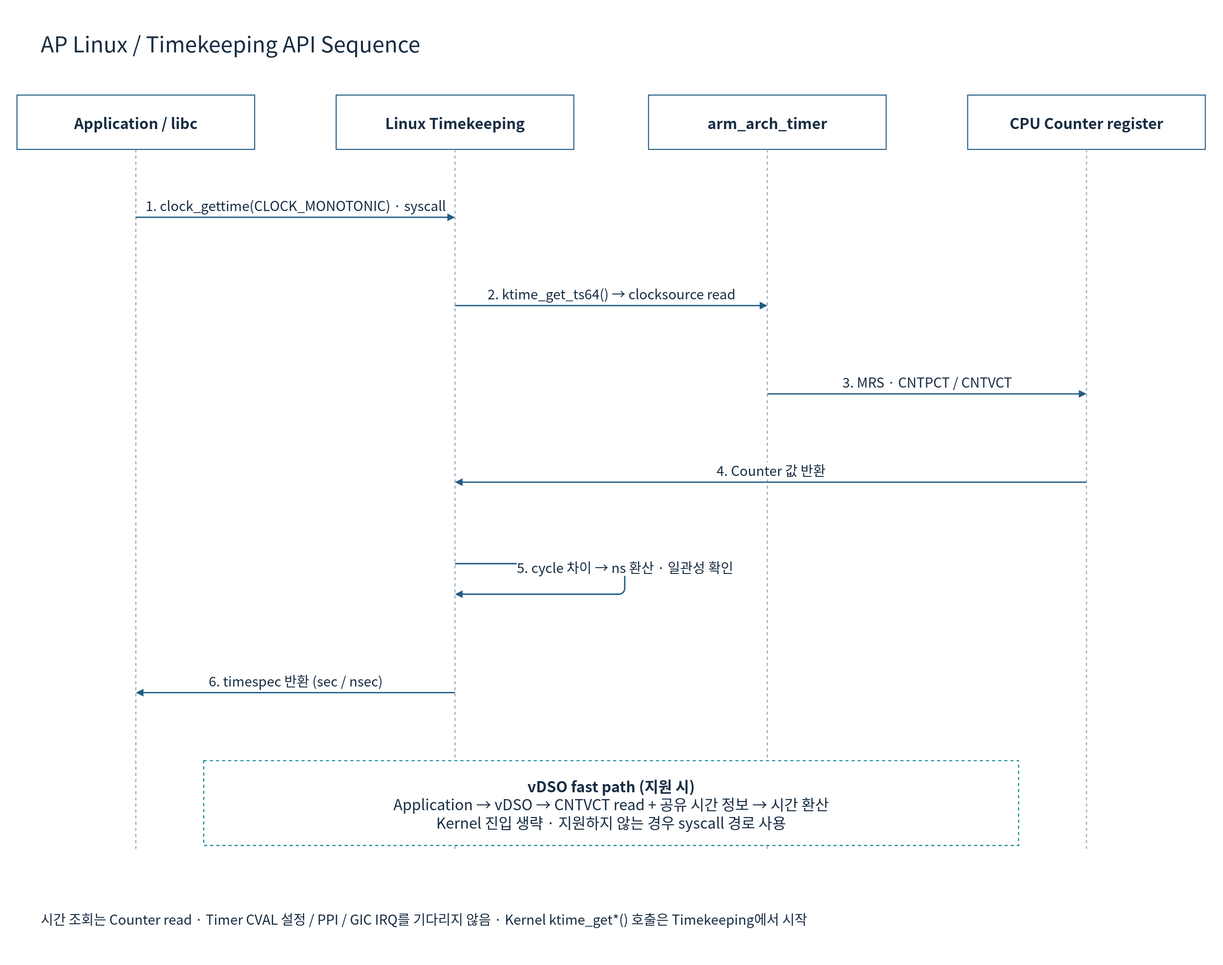
The draw.io diagram doc/phase1/timer/diagrams/08b-linux-timekeeping.drawio.svg in cometzero/project-apollo, before a commit. Source tidied: cells renumbered, new cells last; positions are measured from the earlier drawing's top-left corner, leaving out a move shared by most shapes. Source of this version:
```xml
<mxGraphModel background="#FFFFFF">
  <root>
    <mxCell id="0" />
    <mxCell id="1" parent="0" />
    <mxCell id="2" style="rounded=0;whiteSpace=wrap;html=1;fillColor=#FFFFFF;strokeColor=none;strokeWidth=1.5;fontColor=#172C43;fontFamily=Noto Sans CJK KR;fontSize=22;spacing=10;" parent="1" vertex="1">
      <mxGeometry width="1800" height="1420" as="geometry" />
    </mxCell>
    <mxCell id="3" value="AP Linux / Timekeeping API Sequence" style="rounded=0;whiteSpace=wrap;html=1;fillColor=#FFFFFF;strokeColor=none;strokeWidth=1.5;fontColor=#172C43;fontFamily=Noto Sans CJK KR;fontSize=22;spacing=10;fontSize=32;align=left;" parent="1" vertex="1">
      <mxGeometry x="50" y="30" width="1700" height="65" as="geometry" />
    </mxCell>
    <mxCell id="4" value="Application / libc" style="rounded=0;whiteSpace=wrap;html=1;fillColor=#FFFFFF;strokeColor=#235D86;strokeWidth=1.5;fontColor=#172C43;fontFamily=Noto Sans CJK KR;fontSize=22;spacing=10;fontStyle=1;" parent="1" vertex="1">
      <mxGeometry x="25" y="140" width="350" height="80" as="geometry" />
    </mxCell>
    <mxCell id="5" style="endArrow=none;dashed=1;strokeColor=#94A3B8;strokeWidth=1.5;" parent="1" edge="1">
      <mxGeometry relative="1" as="geometry">
        <mxPoint x="200" y="220" as="sourcePoint" />
        <mxPoint x="200" y="1250" as="targetPoint" />
      </mxGeometry>
    </mxCell>
    <mxCell id="6" value="Linux Timekeeping" style="rounded=0;whiteSpace=wrap;html=1;fillColor=#FFFFFF;strokeColor=#235D86;strokeWidth=1.5;fontColor=#172C43;fontFamily=Noto Sans CJK KR;fontSize=22;spacing=10;fontStyle=1;" parent="1" vertex="1">
      <mxGeometry x="495" y="140" width="350" height="80" as="geometry" />
    </mxCell>
    <mxCell id="7" style="endArrow=none;dashed=1;strokeColor=#94A3B8;strokeWidth=1.5;" parent="1" edge="1">
      <mxGeometry relative="1" as="geometry">
        <mxPoint x="670" y="220" as="sourcePoint" />
        <mxPoint x="670" y="1250" as="targetPoint" />
      </mxGeometry>
    </mxCell>
    <mxCell id="8" value="arm_arch_timer" style="rounded=0;whiteSpace=wrap;html=1;fillColor=#FFFFFF;strokeColor=#235D86;strokeWidth=1.5;fontColor=#172C43;fontFamily=Noto Sans CJK KR;fontSize=22;spacing=10;fontStyle=1;" parent="1" vertex="1">
      <mxGeometry x="955" y="140" width="350" height="80" as="geometry" />
    </mxCell>
    <mxCell id="9" style="endArrow=none;dashed=1;strokeColor=#94A3B8;strokeWidth=1.5;" parent="1" edge="1">
      <mxGeometry relative="1" as="geometry">
        <mxPoint x="1130" y="220" as="sourcePoint" />
        <mxPoint x="1130" y="1250" as="targetPoint" />
      </mxGeometry>
    </mxCell>
    <mxCell id="10" value="CPU Counter register" style="rounded=0;whiteSpace=wrap;html=1;fillColor=#FFFFFF;strokeColor=#235D86;strokeWidth=1.5;fontColor=#172C43;fontFamily=Noto Sans CJK KR;fontSize=22;spacing=10;fontStyle=1;" parent="1" vertex="1">
      <mxGeometry x="1425" y="140" width="350" height="80" as="geometry" />
    </mxCell>
    <mxCell id="11" style="endArrow=none;dashed=1;strokeColor=#94A3B8;strokeWidth=1.5;" parent="1" edge="1">
      <mxGeometry relative="1" as="geometry">
        <mxPoint x="1600" y="220" as="sourcePoint" />
        <mxPoint x="1600" y="1250" as="targetPoint" />
      </mxGeometry>
    </mxCell>
    <mxCell id="12" value="1. clock_gettime(CLOCK_MONOTONIC) · syscall" style="edgeStyle=none;html=1;endArrow=block;endFill=1;strokeColor=#235D86;strokeWidth=2;fontColor=#172C43;fontFamily=Noto Sans CJK KR;fontSize=20;labelBackgroundColor=#FFFFFF;" parent="1" edge="1">
      <mxGeometry relative="1" as="geometry">
        <mxPoint x="200" y="320" as="sourcePoint" />
        <mxPoint x="670" y="320" as="targetPoint" />
        <mxPoint y="-18" as="offset" />
      </mxGeometry>
    </mxCell>
    <mxCell id="13" value="2. ktime_get_ts64() → clocksource read" style="edgeStyle=none;html=1;endArrow=block;endFill=1;strokeColor=#235D86;strokeWidth=2;fontColor=#172C43;fontFamily=Noto Sans CJK KR;fontSize=20;labelBackgroundColor=#FFFFFF;" parent="1" edge="1">
      <mxGeometry relative="1" as="geometry">
        <mxPoint x="670" y="450" as="sourcePoint" />
        <mxPoint x="1130" y="450" as="targetPoint" />
        <mxPoint y="-18" as="offset" />
      </mxGeometry>
    </mxCell>
    <mxCell id="14" value="3. MRS · CNTPCT / CNTVCT" style="edgeStyle=none;html=1;endArrow=block;endFill=1;strokeColor=#235D86;strokeWidth=2;fontColor=#172C43;fontFamily=Noto Sans CJK KR;fontSize=20;labelBackgroundColor=#FFFFFF;" parent="1" edge="1">
      <mxGeometry relative="1" as="geometry">
        <mxPoint x="1130" y="580" as="sourcePoint" />
        <mxPoint x="1600" y="580" as="targetPoint" />
        <mxPoint y="-18" as="offset" />
      </mxGeometry>
    </mxCell>
    <mxCell id="15" value="4. Counter 값 반환" style="edgeStyle=none;html=1;endArrow=block;endFill=1;strokeColor=#235D86;strokeWidth=2;fontColor=#172C43;fontFamily=Noto Sans CJK KR;fontSize=20;labelBackgroundColor=#FFFFFF;" parent="1" edge="1">
      <mxGeometry relative="1" as="geometry">
        <mxPoint x="1600" y="710" as="sourcePoint" />
        <mxPoint x="670" y="710" as="targetPoint" />
        <mxPoint y="-18" as="offset" />
      </mxGeometry>
    </mxCell>
    <mxCell id="16" value="5. cycle 차이 → ns 환산 · 일관성 확인" style="edgeStyle=none;html=1;endArrow=block;endFill=1;strokeColor=#235D86;strokeWidth=2;fontColor=#172C43;fontFamily=Noto Sans CJK KR;fontSize=20;labelBackgroundColor=#FFFFFF;" parent="1" edge="1">
      <mxGeometry relative="1" as="geometry">
        <mxPoint x="670" y="830" as="sourcePoint" />
        <mxPoint x="670" y="875" as="targetPoint" />
        <Array as="points">
          <mxPoint x="920" y="830" />
          <mxPoint x="920" y="875" />
        </Array>
        <mxPoint y="-18" as="offset" />
      </mxGeometry>
    </mxCell>
    <mxCell id="17" value="6. timespec 반환 (sec / nsec)" style="edgeStyle=none;html=1;endArrow=block;endFill=1;strokeColor=#235D86;strokeWidth=2;fontColor=#172C43;fontFamily=Noto Sans CJK KR;fontSize=20;labelBackgroundColor=#FFFFFF;" parent="1" edge="1">
      <mxGeometry relative="1" as="geometry">
        <mxPoint x="670" y="1020" as="sourcePoint" />
        <mxPoint x="200" y="1020" as="targetPoint" />
        <mxPoint y="-18" as="offset" />
      </mxGeometry>
    </mxCell>
    <mxCell id="18" value="&lt;b&gt;vDSO fast path (지원 시)&lt;/b&gt;&lt;br&gt;Application → vDSO → CNTVCT read + 공유 시간 정보 → 시간 환산&lt;br&gt;Kernel 진입 생략 · 지원하지 않는 경우 syscall 경로 사용" style="rounded=0;whiteSpace=wrap;html=1;fillColor=#FFFFFF;strokeColor=#00838A;strokeWidth=1.5;fontColor=#172C43;fontFamily=Noto Sans CJK KR;fontSize=22;spacing=10;dashed=1;" parent="1" vertex="1">
      <mxGeometry x="300" y="1120" width="1200" height="125" as="geometry" />
    </mxCell>
    <mxCell id="19" value="시간 조회는 Counter read · Timer CVAL 설정 / PPI / GIC IRQ를 기다리지 않음 · Kernel ktime_get*() 호출은 Timekeeping에서 시작" style="rounded=0;whiteSpace=wrap;html=1;fillColor=#FFFFFF;strokeColor=none;strokeWidth=1.5;fontColor=#172C43;fontFamily=Noto Sans CJK KR;fontSize=22;spacing=10;fontSize=20;align=left;" parent="1" vertex="1">
      <mxGeometry x="50" y="1320" width="1700" height="65" as="geometry" />
    </mxCell>
  </root>
</mxGraphModel>
```
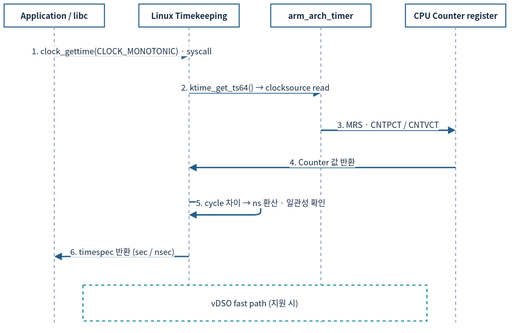
The same diagram one commit later.

Diff of the diagram source:
```diff
@@ -2,99 +2,90 @@
   <root>
     <mxCell id="0" />
     <mxCell id="1" parent="0" />
-    <mxCell id="2" style="rounded=0;whiteSpace=wrap;html=1;fillColor=#FFFFFF;strokeColor=none;strokeWidth=1.5;fontColor=#172C43;fontFamily=Noto Sans CJK KR;fontSize=22;spacing=10;" parent="1" vertex="1">
-      <mxGeometry width="1800" height="1420" as="geometry" />
-    </mxCell>
-    <mxCell id="3" value="AP Linux / Timekeeping API Sequence" style="rounded=0;whiteSpace=wrap;html=1;fillColor=#FFFFFF;strokeColor=none;strokeWidth=1.5;fontColor=#172C43;fontFamily=Noto Sans CJK KR;fontSize=22;spacing=10;fontSize=32;align=left;" parent="1" vertex="1">
-      <mxGeometry x="50" y="30" width="1700" height="65" as="geometry" />
-    </mxCell>
-    <mxCell id="4" value="Application / libc" style="rounded=0;whiteSpace=wrap;html=1;fillColor=#FFFFFF;strokeColor=#235D86;strokeWidth=1.5;fontColor=#172C43;fontFamily=Noto Sans CJK KR;fontSize=22;spacing=10;fontStyle=1;" parent="1" vertex="1">
-      <mxGeometry x="25" y="140" width="350" height="80" as="geometry" />
+    <mxCell id="4" value="Application / libc" style="rounded=0;whiteSpace=wrap;html=1;fillColor=#FFFFFF;strokeColor=#235D86;strokeWidth=1.5;fontColor=#172C43;fontFamily=Noto Sans CJK KR;fontStyle=1;fontSize=12;spacing=3;whiteSpace=wrap;" parent="1" vertex="1">
+      <mxGeometry x="12" y="12" width="148" height="33.8" as="geometry" />
     </mxCell>
-    <mxCell id="5" style="endArrow=none;dashed=1;strokeColor=#94A3B8;strokeWidth=1.5;" parent="1" edge="1">
+    <mxCell id="5" style="endArrow=none;dashed=1;strokeColor=#94A3B8;strokeWidth=1.5;fontSize=12;spacing=3;whiteSpace=nowrap;" parent="1" edge="1">
       <mxGeometry relative="1" as="geometry">
-        <mxPoint x="200" y="220" as="sourcePoint" />
-        <mxPoint x="200" y="1250" as="targetPoint" />
+        <mxPoint x="86" y="45.8" as="sourcePoint" />
+        <mxPoint x="86" y="481.4" as="targetPoint" />
       </mxGeometry>
     </mxCell>
-    <mxCell id="6" value="Linux Timekeeping" style="rounded=0;whiteSpace=wrap;html=1;fillColor=#FFFFFF;strokeColor=#235D86;strokeWidth=1.5;fontColor=#172C43;fontFamily=Noto Sans CJK KR;fontSize=22;spacing=10;fontStyle=1;" parent="1" vertex="1">
-      <mxGeometry x="495" y="140" width="350" height="80" as="geometry" />
+    <mxCell id="6" value="Linux Timekeeping" style="rounded=0;whiteSpace=wrap;html=1;fillColor=#FFFFFF;strokeColor=#235D86;strokeWidth=1.5;fontColor=#172C43;fontFamily=Noto Sans CJK KR;fontStyle=1;fontSize=12;spacing=3;whiteSpace=wrap;" parent="1" vertex="1">
+      <mxGeometry x="210.7" y="12" width="148" height="33.8" as="geometry" />
     </mxCell>
-    <mxCell id="7" style="endArrow=none;dashed=1;strokeColor=#94A3B8;strokeWidth=1.5;" parent="1" edge="1">
+    <mxCell id="7" style="endArrow=none;dashed=1;strokeColor=#94A3B8;strokeWidth=1.5;fontSize=12;spacing=3;whiteSpace=nowrap;" parent="1" edge="1">
       <mxGeometry relative="1" as="geometry">
-        <mxPoint x="670" y="220" as="sourcePoint" />
-        <mxPoint x="670" y="1250" as="targetPoint" />
+        <mxPoint x="284.7" y="45.8" as="sourcePoint" />
+        <mxPoint x="284.7" y="481.4" as="targetPoint" />
       </mxGeometry>
     </mxCell>
-    <mxCell id="8" value="arm_arch_timer" style="rounded=0;whiteSpace=wrap;html=1;fillColor=#FFFFFF;strokeColor=#235D86;strokeWidth=1.5;fontColor=#172C43;fontFamily=Noto Sans CJK KR;fontSize=22;spacing=10;fontStyle=1;" parent="1" vertex="1">
-      <mxGeometry x="955" y="140" width="350" height="80" as="geometry" />
+    <mxCell id="8" value="arm_arch_timer" style="rounded=0;whiteSpace=wrap;html=1;fillColor=#FFFFFF;strokeColor=#235D86;strokeWidth=1.5;fontColor=#172C43;fontFamily=Noto Sans CJK KR;fontStyle=1;fontSize=12;spacing=3;whiteSpace=wrap;" parent="1" vertex="1">
+      <mxGeometry x="405.3" y="12" width="148" height="33.8" as="geometry" />
     </mxCell>
-    <mxCell id="9" style="endArrow=none;dashed=1;strokeColor=#94A3B8;strokeWidth=1.5;" parent="1" edge="1">
+    <mxCell id="9" style="endArrow=none;dashed=1;strokeColor=#94A3B8;strokeWidth=1.5;fontSize=12;spacing=3;whiteSpace=nowrap;" parent="1" edge="1">
       <mxGeometry relative="1" as="geometry">
-        <mxPoint x="1130" y="220" as="sourcePoint" />
-        <mxPoint x="1130" y="1250" as="targetPoint" />
+        <mxPoint x="479.3" y="45.8" as="sourcePoint" />
+        <mxPoint x="479.3" y="481.4" as="targetPoint" />
       </mxGeometry>
     </mxCell>
-    <mxCell id="10" value="CPU Counter register" style="rounded=0;whiteSpace=wrap;html=1;fillColor=#FFFFFF;strokeColor=#235D86;strokeWidth=1.5;fontColor=#172C43;fontFamily=Noto Sans CJK KR;fontSize=22;spacing=10;fontStyle=1;" parent="1" vertex="1">
-      <mxGeometry x="1425" y="140" width="350" height="80" as="geometry" />
+    <mxCell id="10" value="CPU Counter register" style="rounded=0;whiteSpace=wrap;html=1;fillColor=#FFFFFF;strokeColor=#235D86;strokeWidth=1.5;fontColor=#172C43;fontFamily=Noto Sans CJK KR;fontStyle=1;fontSize=12;spacing=3;whiteSpace=wrap;" parent="1" vertex="1">
+      <mxGeometry x="604" y="12" width="148" height="33.8" as="geometry" />
     </mxCell>
-    <mxCell id="11" style="endArrow=none;dashed=1;strokeColor=#94A3B8;strokeWidth=1.5;" parent="1" edge="1">
+    <mxCell id="11" style="endArrow=none;dashed=1;strokeColor=#94A3B8;strokeWidth=1.5;fontSize=12;spacing=3;whiteSpace=nowrap;" parent="1" edge="1">
       <mxGeometry relative="1" as="geometry">
-        <mxPoint x="1600" y="220" as="sourcePoint" />
-        <mxPoint x="1600" y="1250" as="targetPoint" />
+        <mxPoint x="678" y="45.8" as="sourcePoint" />
+        <mxPoint x="678" y="481.4" as="targetPoint" />
       </mxGeometry>
     </mxCell>
-    <mxCell id="12" value="1. clock_gettime(CLOCK_MONOTONIC) · syscall" style="edgeStyle=none;html=1;endArrow=block;endFill=1;strokeColor=#235D86;strokeWidth=2;fontColor=#172C43;fontFamily=Noto Sans CJK KR;fontSize=20;labelBackgroundColor=#FFFFFF;" parent="1" edge="1">
+    <mxCell id="12" value="1. clock_gettime(CLOCK_MONOTONIC) · syscall" style="edgeStyle=none;html=1;endArrow=block;endFill=1;strokeColor=#235D86;strokeWidth=2;fontColor=#172C43;fontFamily=Noto Sans CJK KR;labelBackgroundColor=#FFFFFF;fontSize=12;spacing=3;whiteSpace=nowrap;" parent="1" edge="1">
       <mxGeometry relative="1" as="geometry">
-        <mxPoint x="200" y="320" as="sourcePoint" />
-        <mxPoint x="670" y="320" as="targetPoint" />
-        <mxPoint y="-18" as="offset" />
+        <mxPoint x="86" y="88.1" as="sourcePoint" />
+        <mxPoint x="284.7" y="88.1" as="targetPoint" />
+        <mxPoint y="-7.6" as="offset" />
       </mxGeometry>
     </mxCell>
-    <mxCell id="13" value="2. ktime_get_ts64() → clocksource read" style="edgeStyle=none;html=1;endArrow=block;endFill=1;strokeColor=#235D86;strokeWidth=2;fontColor=#172C43;fontFamily=Noto Sans CJK KR;fontSize=20;labelBackgroundColor=#FFFFFF;" parent="1" edge="1">
+    <mxCell id="13" value="2. ktime_get_ts64() → clocksource read" style="edgeStyle=none;html=1;endArrow=block;endFill=1;strokeColor=#235D86;strokeWidth=2;fontColor=#172C43;fontFamily=Noto Sans CJK KR;labelBackgroundColor=#FFFFFF;fontSize=12;spacing=3;whiteSpace=nowrap;" parent="1" edge="1">
       <mxGeometry relative="1" as="geometry">
-        <mxPoint x="670" y="450" as="sourcePoint" />
-        <mxPoint x="1130" y="450" as="targetPoint" />
-        <mxPoint y="-18" as="offset" />
+        <mxPoint x="284.7" y="143.1" as="sourcePoint" />
+        <mxPoint x="479.3" y="143.1" as="targetPoint" />
+        <mxPoint y="-7.6" as="offset" />
       </mxGeometry>
     </mxCell>
-    <mxCell id="14" value="3. MRS · CNTPCT / CNTVCT" style="edgeStyle=none;html=1;endArrow=block;endFill=1;strokeColor=#235D86;strokeWidth=2;fontColor=#172C43;fontFamily=Noto Sans CJK KR;fontSize=20;labelBackgroundColor=#FFFFFF;" parent="1" edge="1">
+    <mxCell id="14" value="3. MRS · CNTPCT / CNTVCT" style="edgeStyle=none;html=1;endArrow=block;endFill=1;strokeColor=#235D86;strokeWidth=2;fontColor=#172C43;fontFamily=Noto Sans CJK KR;labelBackgroundColor=#FFFFFF;fontSize=12;spacing=3;whiteSpace=nowrap;" parent="1" edge="1">
       <mxGeometry relative="1" as="geometry">
-        <mxPoint x="1130" y="580" as="sourcePoint" />
-        <mxPoint x="1600" y="580" as="targetPoint" />
-        <mxPoint y="-18" as="offset" />
+        <mxPoint x="479.3" y="198.1" as="sourcePoint" />
+        <mxPoint x="678" y="198.1" as="targetPoint" />
+        <mxPoint y="-7.6" as="offset" />
       </mxGeometry>
     </mxCell>
-    <mxCell id="15" value="4. Counter 값 반환" style="edgeStyle=none;html=1;endArrow=block;endFill=1;strokeColor=#235D86;strokeWidth=2;fontColor=#172C43;fontFamily=Noto Sans CJK KR;fontSize=20;labelBackgroundColor=#FFFFFF;" parent="1" edge="1">
+    <mxCell id="15" value="4. Counter 값 반환" style="edgeStyle=none;html=1;endArrow=block;endFill=1;strokeColor=#235D86;strokeWidth=2;fontColor=#172C43;fontFamily=Noto Sans CJK KR;labelBackgroundColor=#FFFFFF;fontSize=12;spacing=3;whiteSpace=nowrap;" parent="1" edge="1">
       <mxGeometry relative="1" as="geometry">
-        <mxPoint x="1600" y="710" as="sourcePoint" />
-        <mxPoint x="670" y="710" as="targetPoint" />
-        <mxPoint y="-18" as="offset" />
+        <mxPoint x="678" y="253" as="sourcePoint" />
+        <mxPoint x="284.7" y="253" as="targetPoint" />
+        <mxPoint y="-7.6" as="offset" />
       </mxGeometry>
     </mxCell>
-    <mxCell id="16" value="5. cycle 차이 → ns 환산 · 일관성 확인" style="edgeStyle=none;html=1;endArrow=block;endFill=1;strokeColor=#235D86;strokeWidth=2;fontColor=#172C43;fontFamily=Noto Sans CJK KR;fontSize=20;labelBackgroundColor=#FFFFFF;" parent="1" edge="1">
+    <mxCell id="16" value="5. cycle 차이 → ns 환산 · 일관성 확인" style="edgeStyle=none;html=1;endArrow=block;endFill=1;strokeColor=#235D86;strokeWidth=2;fontColor=#172C43;fontFamily=Noto Sans CJK KR;labelBackgroundColor=#FFFFFF;fontSize=12;spacing=3;whiteSpace=nowrap;" parent="1" edge="1">
       <mxGeometry relative="1" as="geometry">
-        <mxPoint x="670" y="830" as="sourcePoint" />
-        <mxPoint x="670" y="875" as="targetPoint" />
+        <mxPoint x="284.7" y="303.8" as="sourcePoint" />
+        <mxPoint x="284.7" y="322.8" as="targetPoint" />
         <Array as="points">
-          <mxPoint x="920" y="830" />
-          <mxPoint x="920" y="875" />
+          <mxPoint x="390.5" y="303.8" />
+          <mxPoint x="390.5" y="322.8" />
         </Array>
-        <mxPoint y="-18" as="offset" />
+        <mxPoint y="-7.6" as="offset" />
       </mxGeometry>
     </mxCell>
-    <mxCell id="17" value="6. timespec 반환 (sec / nsec)" style="edgeStyle=none;html=1;endArrow=block;endFill=1;strokeColor=#235D86;strokeWidth=2;fontColor=#172C43;fontFamily=Noto Sans CJK KR;fontSize=20;labelBackgroundColor=#FFFFFF;" parent="1" edge="1">
+    <mxCell id="17" value="6. timespec 반환 (sec / nsec)" style="edgeStyle=none;html=1;endArrow=block;endFill=1;strokeColor=#235D86;strokeWidth=2;fontColor=#172C43;fontFamily=Noto Sans CJK KR;labelBackgroundColor=#FFFFFF;fontSize=12;spacing=3;whiteSpace=nowrap;" parent="1" edge="1">
       <mxGeometry relative="1" as="geometry">
-        <mxPoint x="670" y="1020" as="sourcePoint" />
-        <mxPoint x="200" y="1020" as="targetPoint" />
-        <mxPoint y="-18" as="offset" />
+        <mxPoint x="284.7" y="384.1" as="sourcePoint" />
+        <mxPoint x="86" y="384.1" as="targetPoint" />
+        <mxPoint y="-7.6" as="offset" />
       </mxGeometry>
     </mxCell>
-    <mxCell id="18" value="&lt;b&gt;vDSO fast path (지원 시)&lt;/b&gt;&lt;br&gt;Application → vDSO → CNTVCT read + 공유 시간 정보 → 시간 환산&lt;br&gt;Kernel 진입 생략 · 지원하지 않는 경우 syscall 경로 사용" style="rounded=0;whiteSpace=wrap;html=1;fillColor=#FFFFFF;strokeColor=#00838A;strokeWidth=1.5;fontColor=#172C43;fontFamily=Noto Sans CJK KR;fontSize=22;spacing=10;dashed=1;" parent="1" vertex="1">
-      <mxGeometry x="300" y="1120" width="1200" height="125" as="geometry" />
+    <mxCell id="18" value="vDSO fast path (지원 시)" style="rounded=0;whiteSpace=wrap;html=1;fillColor=#FFFFFF;strokeColor=#00838A;strokeWidth=1.5;fontColor=#172C43;fontFamily=Noto Sans CJK KR;dashed=1;fontSize=12;spacing=3;whiteSpace=wrap;" parent="1" vertex="1">
+      <mxGeometry x="128.3" y="426.4" width="507.4" height="52.9" as="geometry" />
     </mxCell>
-    <mxCell id="19" value="시간 조회는 Counter read · Timer CVAL 설정 / PPI / GIC IRQ를 기다리지 않음 · Kernel ktime_get*() 호출은 Timekeeping에서 시작" style="rounded=0;whiteSpace=wrap;html=1;fillColor=#FFFFFF;strokeColor=none;strokeWidth=1.5;fontColor=#172C43;fontFamily=Noto Sans CJK KR;fontSize=22;spacing=10;fontSize=20;align=left;" parent="1" vertex="1">
-      <mxGeometry x="50" y="1320" width="1700" height="65" as="geometry" />
-    </mxCell>
   </root>
 </mxGraphModel>
```
